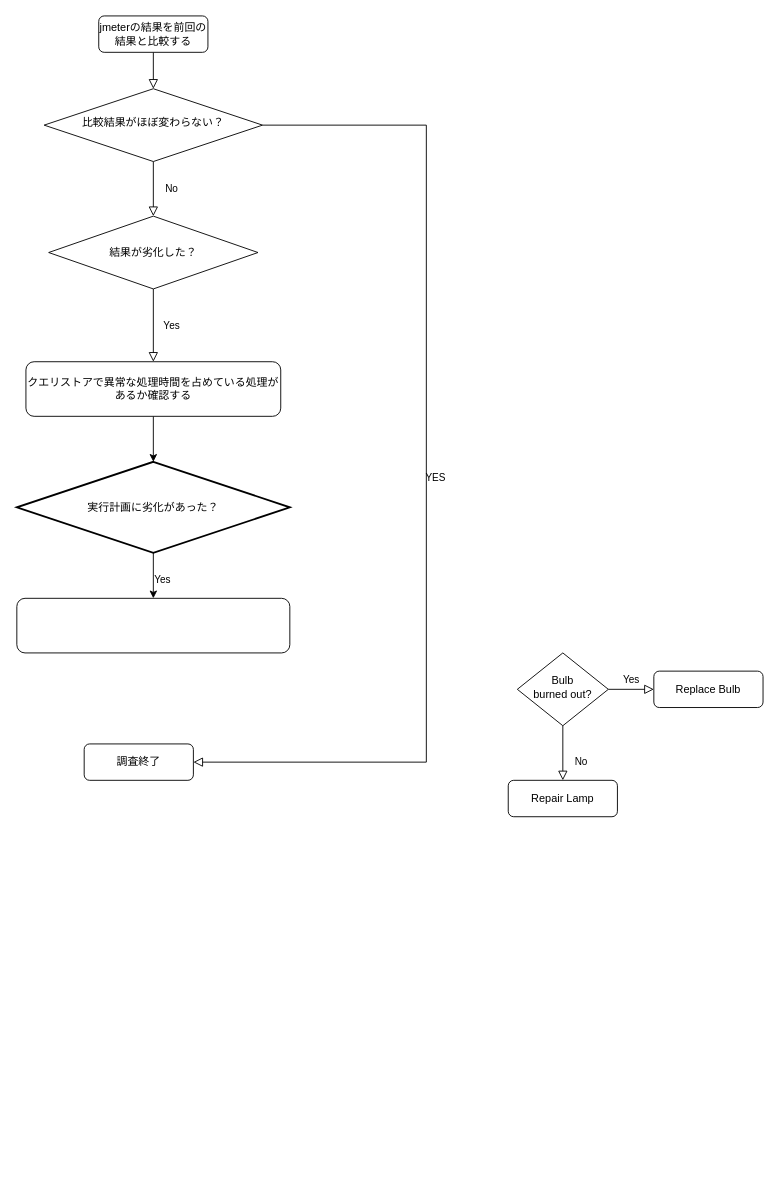
Before: 名称未設定ファイル.drawio in MizinkoAlternative5/Flow, a draw.io diagram. Source tidied: cells renumbered, new cells numbered last; positions are measured from the earlier drawing's top-left corner, leaving out a move shared by most shapes. Both pictures are drawn from the tidied source at 91%, with x=0, y=0 at pixel (16, 15).
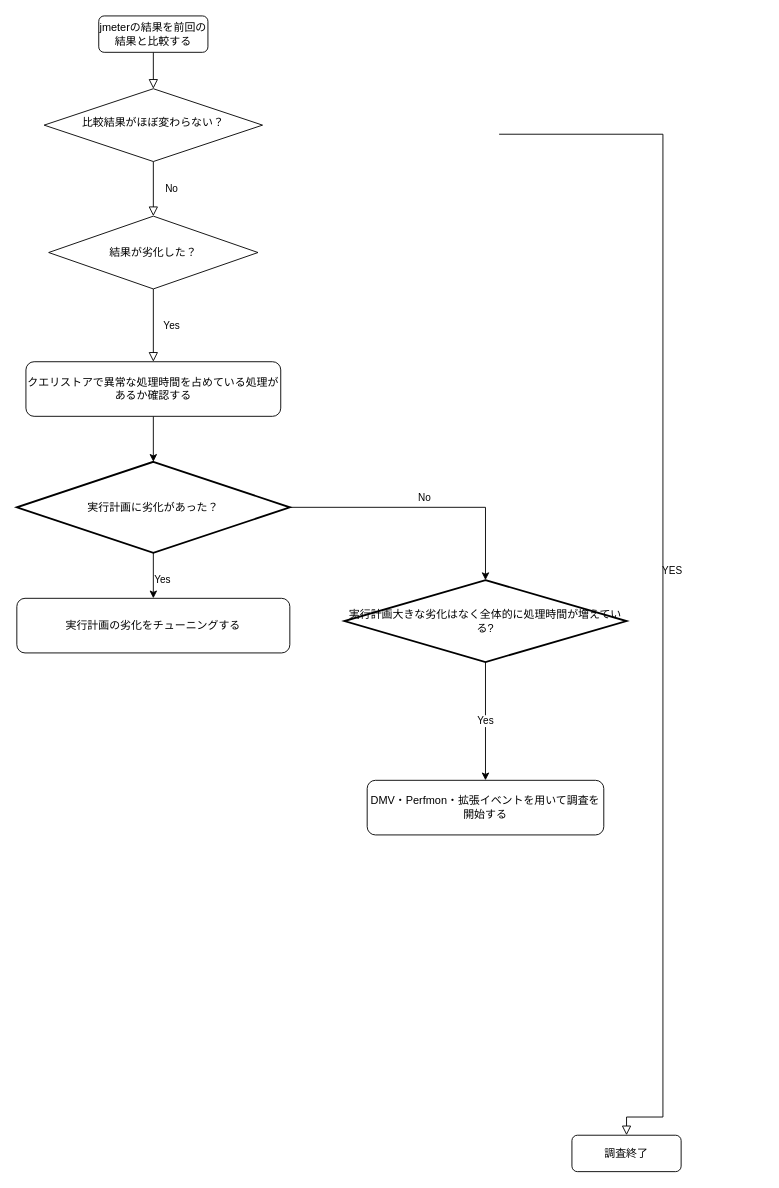
Above is the later version.

Commit message (it also covers changes not shown here):
名称未設定ファイル.drawio を更新します

Unchanged cells that the change refers to:
```xml
<mxCell id="6" value="比較結果がほぼ変わらない？" style="rhombus;whiteSpace=wrap;html=1;shadow=0;fontFamily=Helvetica;fontSize=12;align=center;strokeWidth=1;spacing=6;spacingTop=-4;" parent="1" vertex="1">
  <mxGeometry x="30" y="80" width="240" height="80" as="geometry" />
</mxCell>
<mxCell id="18" value="実行計画に劣化があった？" style="strokeWidth=2;html=1;shape=mxgraph.flowchart.decision;whiteSpace=wrap;" parent="1" vertex="1">
  <mxGeometry y="490" width="300" height="100" as="geometry" />
</mxCell>
```

What changed in the source:
```diff
@@
-    <mxCell id="5" value="YES" style="edgeStyle=orthogonalEdgeStyle;rounded=0;html=1;jettySize=auto;fontSize=11;endArrow=block;endFill=0;endSize=8;strokeWidth=1;shadow=0;labelBackgroundColor=none;" parent="1" edge="1" source="6" target="7">
+    <mxCell id="5" value="YES" style="edgeStyle=orthogonalEdgeStyle;rounded=0;html=1;jettySize=auto;fontSize=11;endArrow=block;endFill=0;endSize=8;strokeWidth=1;shadow=0;labelBackgroundColor=none;entryX=0.5;entryY=0;entryDx=0;entryDy=0;" parent="1" edge="1" target="7">
       <mxGeometry y="10" relative="1" as="geometry">
+        <mxPoint x="530" y="130" as="sourcePoint" />
         <Array as="points">
-          <mxPoint x="450" y="120" />
-          <mxPoint x="450" y="820" />
+          <mxPoint x="710" y="130" />
+          <mxPoint x="710" y="1210" />
+          <mxPoint x="670" y="1210" />
         </Array>
       </mxGeometry>
     </mxCell>
@@
     <mxCell id="7" value="調査終了" style="rounded=1;whiteSpace=wrap;html=1;fontSize=12;glass=0;strokeWidth=1;shadow=0;" parent="1" vertex="1">
-      <mxGeometry x="74" y="800" width="120" height="40" as="geometry" />
+      <mxGeometry x="610" y="1230" width="120" height="40" as="geometry" />
     </mxCell>
-    <mxCell id="8" value="No" style="rounded=0;html=1;jettySize=auto;fontSize=11;endArrow=block;endFill=0;endSize=8;strokeWidth=1;shadow=0;labelBackgroundColor=none;edgeStyle=orthogonalEdgeStyle;" parent="1" edge="1" source="10" target="11">
-      <mxGeometry x="0.33" y="20" relative="1" as="geometry" />
-    </mxCell>
-    <mxCell id="9" value="Yes" style="edgeStyle=orthogonalEdgeStyle;rounded=0;html=1;jettySize=auto;fontSize=11;endArrow=block;endFill=0;endSize=8;strokeWidth=1;shadow=0;labelBackgroundColor=none;" parent="1" edge="1" source="10" target="12">
-      <mxGeometry y="10" relative="1" as="geometry" />
-    </mxCell>
-    <mxCell id="10" value="Bulb&lt;br&gt;burned out?" style="rhombus;whiteSpace=wrap;html=1;shadow=0;fontFamily=Helvetica;fontSize=12;align=center;strokeWidth=1;spacing=6;spacingTop=-4;" parent="1" vertex="1">
-      <mxGeometry x="550" y="700" width="100" height="80" as="geometry" />
-    </mxCell>
-    <mxCell id="11" value="Repair Lamp" style="rounded=1;whiteSpace=wrap;html=1;fontSize=12;glass=0;strokeWidth=1;shadow=0;" parent="1" vertex="1">
-      <mxGeometry x="540" y="840" width="120" height="40" as="geometry" />
-    </mxCell>
-    <mxCell id="12" value="Replace Bulb" style="rounded=1;whiteSpace=wrap;html=1;fontSize=12;glass=0;strokeWidth=1;shadow=0;" parent="1" vertex="1">
-      <mxGeometry x="700" y="720" width="120" height="40" as="geometry" />
-    </mxCell>
@@
+    <mxCell id="8" value="No" style="edgeStyle=orthogonalEdgeStyle;rounded=0;jettySize=auto;html=1;entryX=0.5;entryY=0;entryDx=0;entryDy=0;entryPerimeter=0;" parent="1" edge="1" source="18" target="21">
+      <mxGeometry y="10" relative="1" as="geometry" />
+    </mxCell>
@@
-    <mxCell id="19" style="rounded=1;whiteSpace=wrap;html=1;" parent="1" vertex="1">
+    <mxCell id="19" value="実行計画の劣化をチューニングする" style="rounded=1;whiteSpace=wrap;html=1;" parent="1" vertex="1">
       <mxGeometry y="640" width="300" height="60" as="geometry" />
     </mxCell>
+    <mxCell id="20" value="DMV・Perfmon・拡張イベントを用いて調査を開始する" style="rounded=1;whiteSpace=wrap;html=1;" parent="1" vertex="1">
+      <mxGeometry x="385" y="840" width="260" height="60" as="geometry" />
+    </mxCell>
+    <mxCell id="9" value="Yes" style="edgeStyle=orthogonalEdgeStyle;rounded=0;jettySize=auto;html=1;" parent="1" edge="1" source="21" target="20">
+      <mxGeometry relative="1" as="geometry" />
+    </mxCell>
+    <mxCell id="21" value="実行計画大きな劣化はなく全体的に処理時間が増えている?" style="strokeWidth=2;html=1;shape=mxgraph.flowchart.decision;whiteSpace=wrap;" parent="1" vertex="1">
+      <mxGeometry x="360" y="620" width="310" height="90" as="geometry" />
+    </mxCell>
```
